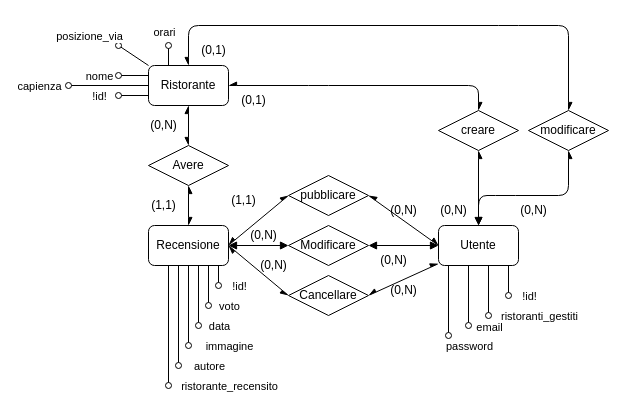
Valerioconti42/Ristorante-VC-AB-GS keeps this draw.io diagram as schema-ER.drawio. Above is the earlier version. Source tidied: cells renumbered, new cells numbered last; positions are measured from the earlier drawing's top-left corner, leaving out a move shared by most shapes. Both pictures are drawn from the tidied source at 100%, with x=0, y=0 at pixel (68, 25).
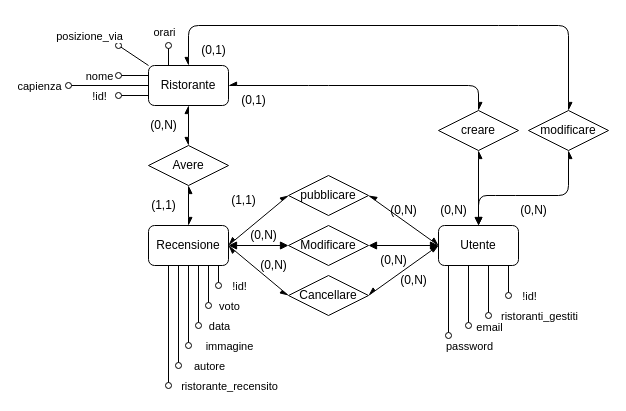
Above is the later version.

Unchanged cells that the change refers to:
```xml
<mxCell id="34" value="Utente" style="rounded=1;whiteSpace=wrap;html=1;" parent="1" vertex="1">
  <mxGeometry x="370" y="200" width="80" height="40" as="geometry" />
</mxCell>
<mxCell id="47" value="Cancellare" style="rhombus;whiteSpace=wrap;html=1;" parent="1" vertex="1">
  <mxGeometry x="220" y="250" width="80" height="40" as="geometry" />
</mxCell>
```

Change to the diagram source:
```diff
@@
-    <mxCell id="49" style="curved=0;endArrow=async;html=1;exitX=1;exitY=0.5;exitDx=0;exitDy=0;rounded=1;startArrow=async;startFill=1;endFill=1;" parent="1" edge="1" source="47" target="34">
+    <mxCell id="49" style="curved=0;endArrow=blockThin;html=1;exitX=1;exitY=0.5;exitDx=0;exitDy=0;rounded=1;startArrow=async;startFill=1;endFill=1;entryX=0;entryY=0.5;entryDx=0;entryDy=0;" parent="1" edge="1" source="47" target="34">
       <mxGeometry relative="1" as="geometry" />
     </mxCell>
@@
     <mxCell id="63" value="(0,N)" style="text;html=1;align=center;verticalAlign=middle;strokeColor=none;fillColor=none;" parent="1" vertex="1">
-      <mxGeometry x="310" y="250" width="50" height="30" as="geometry" />
+      <mxGeometry x="320" y="240" width="50" height="30" as="geometry" />
     </mxCell>
```
